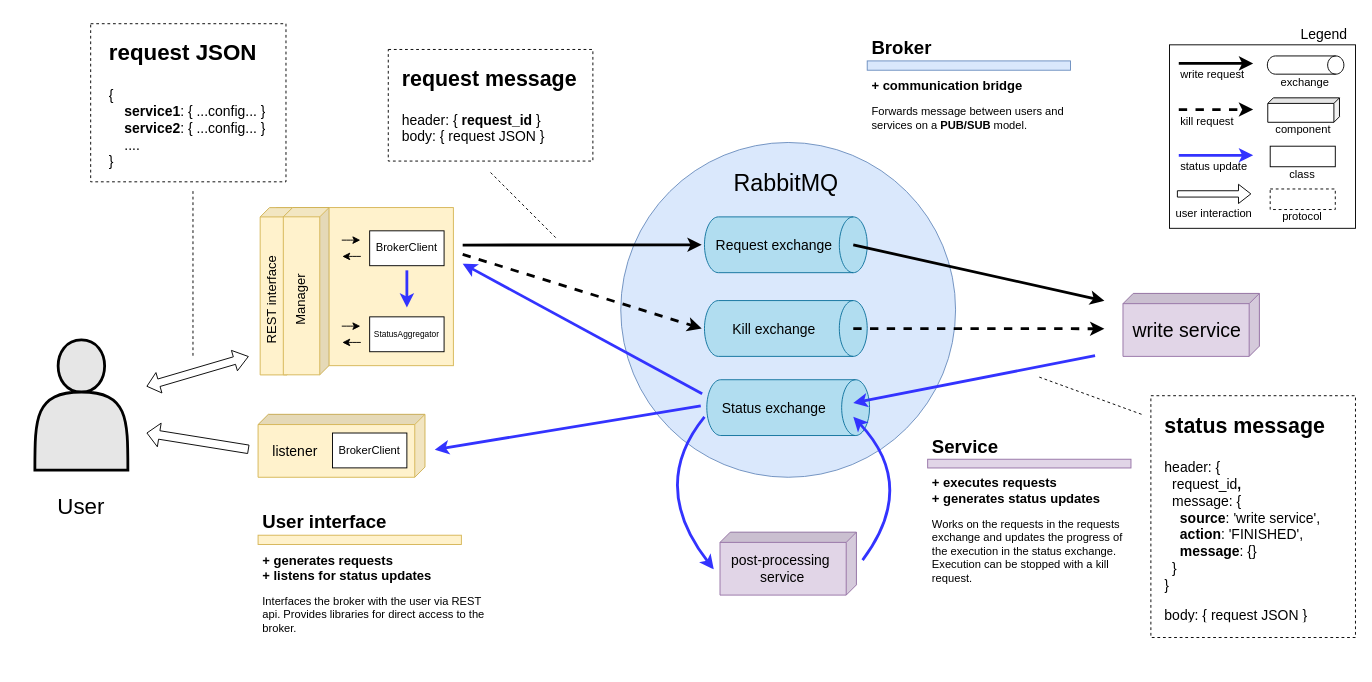
Earlier version of the draw.io diagram page "user_interaction_flow" (2 of 3) of docs/diagrams.drawio (paulscherrerinstitute/std_daq_service). Source tidied: cells renumbered, new cells numbered last; positions are measured from the earlier drawing's top-left corner, leaving out a move shared by most shapes. Both pictures are drawn from the tidied source at 93%, with x=0, y=0 at pixel (16, 23).
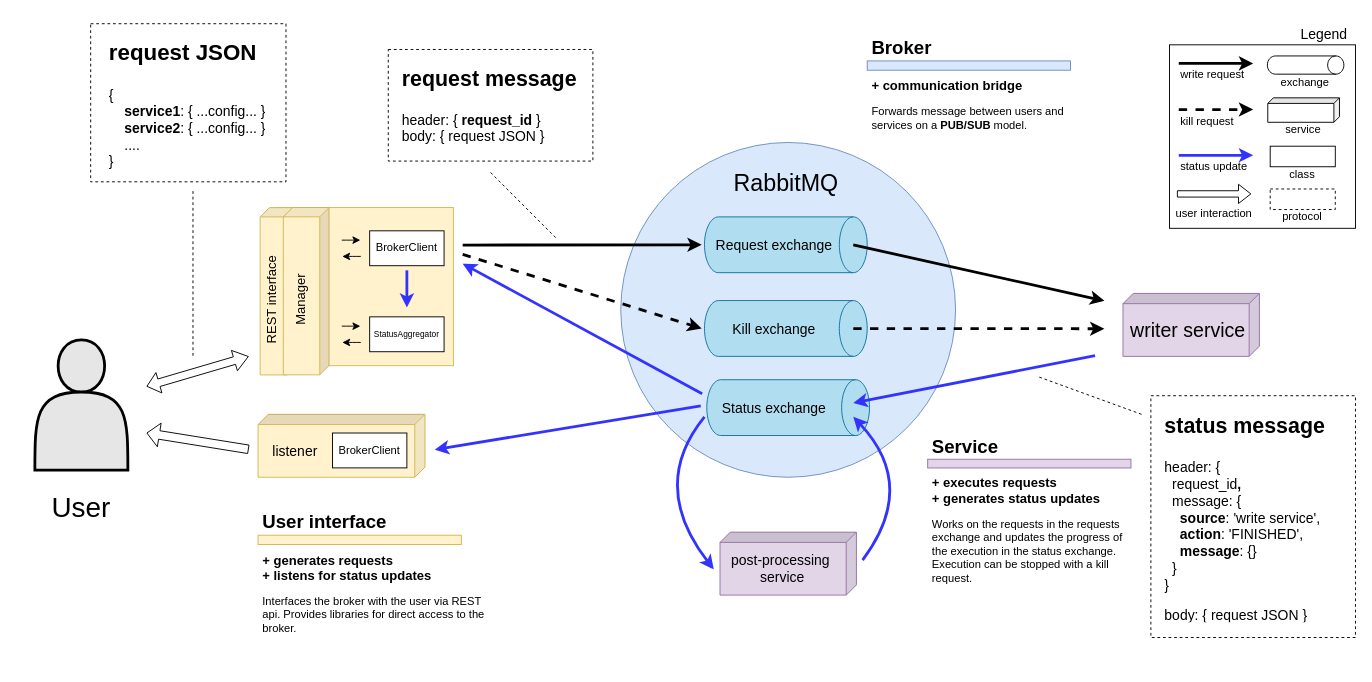
Above is the later version.

Unchanged cells that the change refers to:
```xml
<mxCell id="21" style="group;spacing=2;" parent="1" vertex="1">
  <mxGeometry x="1190" y="290" width="146.7" height="67.7" as="geometry" />
</mxCell>
<mxCell id="42" style="group;" parent="1" vertex="1">
  <mxGeometry y="340" width="140" height="210" as="geometry" />
</mxCell>
<mxCell id="81" style="group;" parent="77" vertex="1">
  <mxGeometry x="104.2" y="79.7" width="80" height="47.7" as="geometry" />
</mxCell>
```

What changed in the source:
```diff
@@
-    <mxCell id="23" value="&lt;div style=&quot;font-size: 21px;&quot;&gt;&lt;font style=&quot;font-size: 21px;&quot;&gt;write&amp;nbsp;&lt;/font&gt;&lt;span style=&quot;font-size: 21px;&quot;&gt;service&lt;/span&gt;&lt;/div&gt;" style="text;html=1;strokeColor=none;fillColor=none;align=center;verticalAlign=middle;whiteSpace=wrap;rounded=0;fontSize=21;" parent="21" vertex="1">
-      <mxGeometry x="10" y="10" width="118.3" height="57.7" as="geometry" />
+    <mxCell id="23" value="&lt;div style=&quot;font-size: 21px&quot;&gt;&lt;font style=&quot;font-size: 21px&quot;&gt;writer&amp;nbsp;&lt;/font&gt;&lt;span style=&quot;font-size: 21px&quot;&gt;service&lt;/span&gt;&lt;/div&gt;" style="text;html=1;strokeColor=none;fillColor=none;align=center;verticalAlign=middle;whiteSpace=wrap;rounded=0;fontSize=21;" parent="21" vertex="1">
+      <mxGeometry y="10" width="140" height="57.7" as="geometry" />
     </mxCell>
@@
-    <mxCell id="44" value="User" style="text;html=1;strokeColor=none;fillColor=none;align=center;verticalAlign=middle;whiteSpace=wrap;rounded=0;fontSize=24;fontColor=#000000;" parent="42" vertex="1">
+    <mxCell id="44" value="User" style="text;html=1;strokeColor=none;fillColor=none;align=center;verticalAlign=middle;whiteSpace=wrap;rounded=0;fontSize=30;fontColor=#000000;" parent="42" vertex="1">
       <mxGeometry y="150" width="140" height="60" as="geometry" />
     </mxCell>
@@
-    <mxCell id="83" value="component" style="text;html=1;strokeColor=none;fillColor=none;align=center;verticalAlign=middle;whiteSpace=wrap;rounded=0;" parent="81" vertex="1">
+    <mxCell id="83" value="service" style="text;html=1;strokeColor=none;fillColor=none;align=center;verticalAlign=middle;whiteSpace=wrap;rounded=0;" parent="81" vertex="1">
       <mxGeometry y="24.7" width="80" height="20" as="geometry" />
     </mxCell>
```
